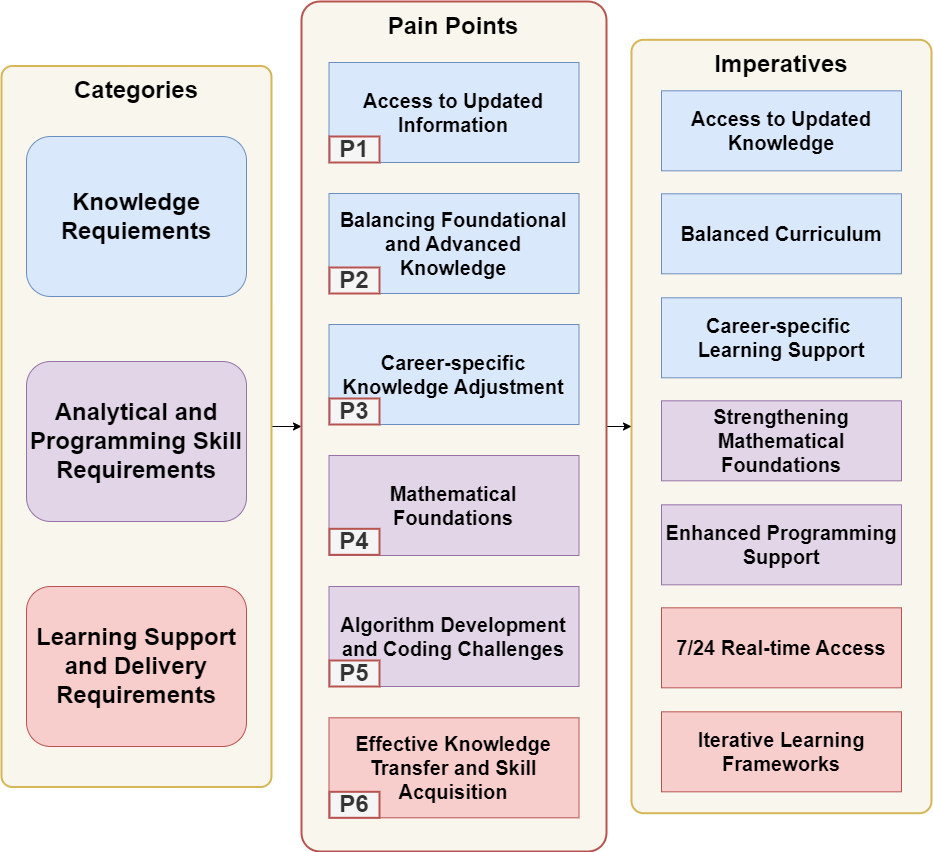
Earlier version of the draw.io export pic/PainPoint.png (tisage/CyberMentor). Source tidied: cells renumbered, new cells last; positions are measured from the earlier drawing's top-left corner, leaving out a move shared by most shapes. The source it was exported from:
```xml
<mxGraphModel>
  <root>
    <mxCell id="0" />
    <mxCell id="1" parent="0" />
    <mxCell id="2" style="rounded=1;whiteSpace=wrap;html=1;fontSize=18;fillColor=#F9F7ED;strokeColor=#d6b656;strokeWidth=2;arcSize=4;" parent="1" vertex="1">
      <mxGeometry x="630" y="38.3" width="300" height="773.4" as="geometry" />
    </mxCell>
    <mxCell id="3" style="edgeStyle=orthogonalEdgeStyle;rounded=0;jettySize=auto;html=1;exitX=1;exitY=0.5;exitDx=0;exitDy=0;entryX=0;entryY=0.5;entryDx=0;entryDy=0;strokeWidth=1;" parent="1" edge="1" source="4" target="7">
      <mxGeometry relative="1" as="geometry" />
    </mxCell>
    <mxCell id="4" style="rounded=1;whiteSpace=wrap;html=1;fontSize=18;strokeWidth=2;fillColor=#F9F7ED;strokeColor=#d6b656;arcSize=4;" parent="1" vertex="1">
      <mxGeometry y="64.5" width="270" height="721" as="geometry" />
    </mxCell>
    <mxCell id="5" value="Categories" style="text;html=1;align=center;verticalAlign=middle;whiteSpace=wrap;rounded=0;fontStyle=1;fontSize=24;strokeWidth=1;" parent="1" vertex="1">
      <mxGeometry x="35" y="73.8" width="200" height="30" as="geometry" />
    </mxCell>
    <mxCell id="6" style="edgeStyle=orthogonalEdgeStyle;rounded=0;jettySize=auto;html=1;exitX=1;exitY=0.5;exitDx=0;exitDy=0;entryX=0;entryY=0.5;entryDx=0;entryDy=0;strokeWidth=1;" parent="1" edge="1" source="7" target="2">
      <mxGeometry relative="1" as="geometry" />
    </mxCell>
    <mxCell id="7" style="rounded=1;whiteSpace=wrap;html=1;fontSize=18;fillColor=#F9F7ED;strokeColor=#b85450;strokeWidth=2;arcSize=6;" parent="1" vertex="1">
      <mxGeometry x="300" width="305" height="850" as="geometry" />
    </mxCell>
    <mxCell id="8" value="Pain Points" style="text;html=1;align=center;verticalAlign=middle;whiteSpace=wrap;rounded=0;fontStyle=1;fontSize=24;strokeWidth=1;" parent="1" vertex="1">
      <mxGeometry x="352.5" y="10" width="200" height="30" as="geometry" />
    </mxCell>
    <mxCell id="9" value="Imperatives" style="text;html=1;align=center;verticalAlign=middle;whiteSpace=wrap;rounded=0;fontStyle=1;fontSize=24;strokeWidth=1;" parent="1" vertex="1">
      <mxGeometry x="680" y="48.3" width="200" height="30" as="geometry" />
    </mxCell>
    <mxCell id="10" value="&lt;font style=&quot;font-size: 24px;&quot;&gt;Knowledge Requiements&lt;/font&gt;" style="rounded=1;whiteSpace=wrap;html=1;textShadow=0;shadow=0;fontStyle=1;fontSize=24;strokeWidth=1;fillColor=#dae8fc;strokeColor=#6c8ebf;" parent="1" vertex="1">
      <mxGeometry x="25" y="135" width="220" height="160" as="geometry" />
    </mxCell>
    <mxCell id="11" value="&lt;font style=&quot;font-size: 24px;&quot;&gt;Analytical and Programming Skill Requirements&lt;/font&gt;" style="rounded=1;whiteSpace=wrap;html=1;textShadow=0;shadow=0;fontStyle=1;fontSize=24;strokeWidth=1;fillColor=#e1d5e7;strokeColor=#9673a6;" parent="1" vertex="1">
      <mxGeometry x="25" y="360" width="220" height="160" as="geometry" />
    </mxCell>
    <mxCell id="12" value="Access to Updated Information" style="rounded=0;whiteSpace=wrap;html=1;textShadow=0;shadow=0;fontSize=20;fontStyle=1;strokeWidth=1;fillColor=#dae8fc;strokeColor=#6c8ebf;" parent="1" vertex="1">
      <mxGeometry x="327.5" y="61" width="250" height="100" as="geometry" />
    </mxCell>
    <mxCell id="13" value="Balancing Foundational and Advanced Knowledge&lt;div style=&quot;font-size: 20px;&quot;&gt;&lt;/div&gt;" style="rounded=0;whiteSpace=wrap;html=1;textShadow=0;shadow=0;fontSize=20;fontStyle=1;strokeWidth=1;fillColor=#dae8fc;strokeColor=#6c8ebf;" parent="1" vertex="1">
      <mxGeometry x="327.5" y="192" width="250" height="100" as="geometry" />
    </mxCell>
    <mxCell id="14" value="Balanced Curriculum" style="whiteSpace=wrap;html=1;textShadow=0;shadow=0;fontSize=20;strokeWidth=1;fontStyle=1;fillColor=#dae8fc;strokeColor=#6c8ebf;" parent="1" vertex="1">
      <mxGeometry x="660" y="192.3" width="240" height="80" as="geometry" />
    </mxCell>
    <mxCell id="15" value="Career-specific Knowledge Adjustment" style="rounded=0;whiteSpace=wrap;html=1;textShadow=0;shadow=0;fontSize=20;fontStyle=1;strokeWidth=1;fillColor=#dae8fc;strokeColor=#6c8ebf;" parent="1" vertex="1">
      <mxGeometry x="327.5" y="323" width="250" height="100" as="geometry" />
    </mxCell>
    <mxCell id="16" value="Algorithm Development and Coding Challenges" style="rounded=0;whiteSpace=wrap;html=1;textShadow=0;shadow=0;fontSize=20;fontStyle=1;strokeWidth=1;fillColor=#e1d5e7;strokeColor=#9673a6;" parent="1" vertex="1">
      <mxGeometry x="327.5" y="585" width="250" height="100" as="geometry" />
    </mxCell>
    <mxCell id="17" value="Strengthening Mathematical Foundations" style="fontStyle=1;whiteSpace=wrap;html=1;textShadow=0;shadow=0;fontSize=20;strokeWidth=1;fillColor=#e1d5e7;strokeColor=#9673a6;" parent="1" vertex="1">
      <mxGeometry x="660" y="399.3" width="240" height="80" as="geometry" />
    </mxCell>
    <mxCell id="18" value="Enhanced Programming Support" style="whiteSpace=wrap;html=1;textShadow=0;shadow=0;fontSize=20;strokeWidth=1;fontStyle=1;fillColor=#e1d5e7;strokeColor=#9673a6;" parent="1" vertex="1">
      <mxGeometry x="660" y="503.3" width="240" height="80" as="geometry" />
    </mxCell>
    <mxCell id="19" value="Mathematical Foundations" style="rounded=0;whiteSpace=wrap;html=1;textShadow=0;shadow=0;fontSize=20;fontStyle=1;strokeWidth=1;fillColor=#e1d5e7;strokeColor=#9673a6;" parent="1" vertex="1">
      <mxGeometry x="327.5" y="454" width="250" height="100" as="geometry" />
    </mxCell>
    <mxCell id="20" value="Career-specific&amp;nbsp;&lt;div&gt;Learning Support&lt;/div&gt;" style="whiteSpace=wrap;html=1;textShadow=0;shadow=0;fontSize=20;strokeWidth=1;fontStyle=1;fillColor=#dae8fc;strokeColor=#6c8ebf;" parent="1" vertex="1">
      <mxGeometry x="660" y="296.3" width="240" height="80" as="geometry" />
    </mxCell>
    <mxCell id="21" value="&lt;font style=&quot;font-size: 24px;&quot;&gt;P2&lt;/font&gt;" style="text;html=1;align=center;verticalAlign=middle;whiteSpace=wrap;rounded=0;fontStyle=1;fontSize=24;fillColor=#f5f5f5;fontColor=#333333;strokeColor=#B85450;strokeWidth=2;" parent="1" vertex="1">
      <mxGeometry x="328" y="266" width="50" height="26" as="geometry" />
    </mxCell>
    <mxCell id="22" value="&lt;font style=&quot;font-size: 24px;&quot;&gt;P3&lt;/font&gt;" style="text;html=1;align=center;verticalAlign=middle;whiteSpace=wrap;rounded=0;fontStyle=1;fontSize=24;fillColor=#f5f5f5;fontColor=#333333;strokeColor=#B85450;strokeWidth=2;" parent="1" vertex="1">
      <mxGeometry x="328" y="397" width="50" height="26" as="geometry" />
    </mxCell>
    <mxCell id="23" value="&lt;font style=&quot;font-size: 24px;&quot;&gt;P4&lt;/font&gt;" style="text;html=1;align=center;verticalAlign=middle;whiteSpace=wrap;rounded=0;fontStyle=1;fontSize=24;fillColor=#f5f5f5;fontColor=#333333;strokeColor=#B85450;strokeWidth=2;" parent="1" vertex="1">
      <mxGeometry x="328" y="527.3" width="50" height="26" as="geometry" />
    </mxCell>
    <mxCell id="24" value="&lt;font style=&quot;font-size: 24px;&quot;&gt;P5&lt;/font&gt;" style="text;html=1;align=center;verticalAlign=middle;whiteSpace=wrap;rounded=0;fontStyle=1;fontSize=24;fillColor=#f5f5f5;fontColor=#333333;strokeColor=#B85450;strokeWidth=2;" parent="1" vertex="1">
      <mxGeometry x="328" y="659" width="50" height="26" as="geometry" />
    </mxCell>
    <mxCell id="25" value="Effective Knowledge Transfer and Skill Acquisition" style="rounded=0;whiteSpace=wrap;html=1;textShadow=0;shadow=0;fontSize=20;fontStyle=1;strokeWidth=1;fillColor=#f8cecc;strokeColor=#b85450;" parent="1" vertex="1">
      <mxGeometry x="327.5" y="716.3" width="250" height="100" as="geometry" />
    </mxCell>
    <mxCell id="26" value="7/24 Real-time Access" style="whiteSpace=wrap;html=1;textShadow=0;shadow=0;fontSize=20;strokeWidth=1;fontStyle=1;fillColor=#f8cecc;strokeColor=#b85450;" parent="1" vertex="1">
      <mxGeometry x="660" y="606.3" width="240" height="80" as="geometry" />
    </mxCell>
    <mxCell id="27" value="Iterative Learning Frameworks" style="whiteSpace=wrap;html=1;textShadow=0;shadow=0;fontSize=20;strokeWidth=1;fontStyle=1;fillColor=#f8cecc;strokeColor=#b85450;" parent="1" vertex="1">
      <mxGeometry x="660" y="710.3" width="240" height="80" as="geometry" />
    </mxCell>
    <mxCell id="28" value="&lt;font style=&quot;font-size: 24px;&quot;&gt;P1&lt;/font&gt;" style="text;html=1;align=center;verticalAlign=middle;whiteSpace=wrap;rounded=0;fontStyle=1;fontSize=24;fillColor=#f5f5f5;fontColor=#333333;strokeColor=#B85450;strokeWidth=2;" parent="1" vertex="1">
      <mxGeometry x="328" y="135" width="50" height="26" as="geometry" />
    </mxCell>
    <mxCell id="29" value="&lt;font style=&quot;font-size: 24px;&quot;&gt;Learning Support and Delivery Requirements&lt;/font&gt;" style="rounded=1;whiteSpace=wrap;html=1;textShadow=0;shadow=0;fontStyle=1;fontSize=24;strokeWidth=1;fillColor=#f8cecc;strokeColor=#b85450;" parent="1" vertex="1">
      <mxGeometry x="25" y="585" width="220" height="160" as="geometry" />
    </mxCell>
    <mxCell id="30" value="Access to Updated Knowledge" style="whiteSpace=wrap;html=1;textShadow=0;shadow=0;fontSize=20;strokeWidth=1;fontStyle=1;fillColor=#dae8fc;strokeColor=#6c8ebf;" parent="1" vertex="1">
      <mxGeometry x="660" y="89.3" width="240" height="80" as="geometry" />
    </mxCell>
    <mxCell id="31" value="&lt;font style=&quot;font-size: 24px;&quot;&gt;P6&lt;/font&gt;" style="text;html=1;align=center;verticalAlign=middle;whiteSpace=wrap;rounded=0;fontStyle=1;fontSize=24;fillColor=#f5f5f5;fontColor=#333333;strokeColor=#B85450;strokeWidth=2;" parent="1" vertex="1">
      <mxGeometry x="328" y="790.3" width="50" height="26" as="geometry" />
    </mxCell>
  </root>
</mxGraphModel>
```
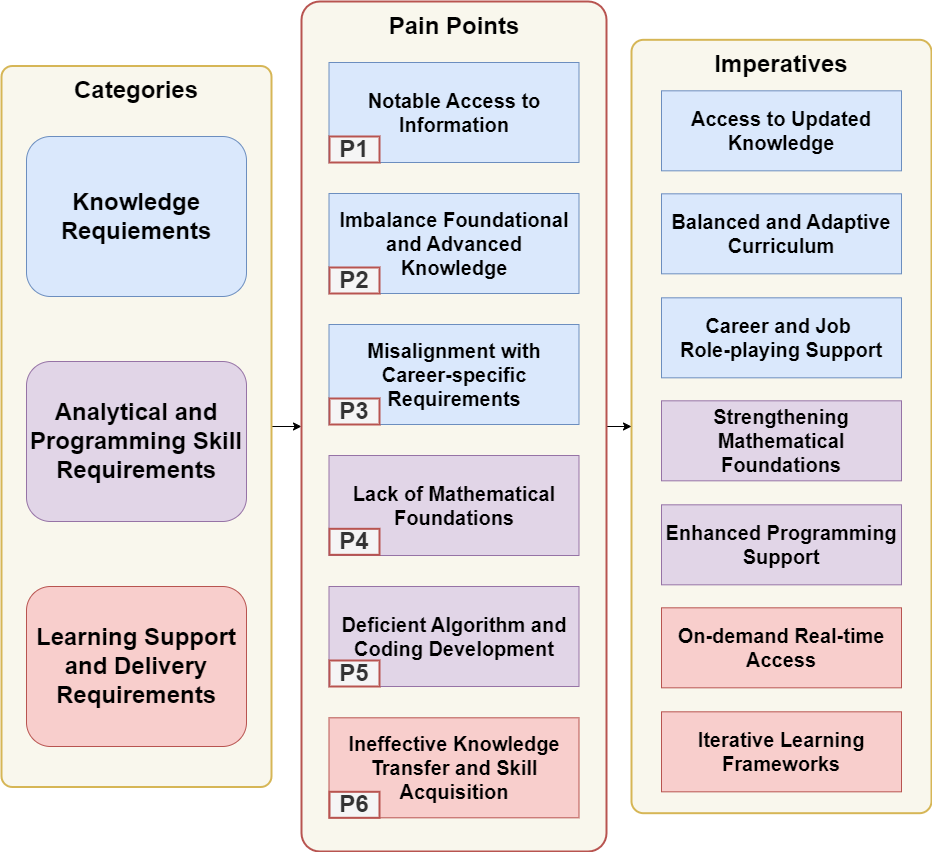
The same diagram one commit later.

The edit, as a diff of the source:
```diff
@@ -32,19 +32,19 @@
     <mxCell id="11" value="&lt;font style=&quot;font-size: 24px;&quot;&gt;Analytical and Programming Skill Requirements&lt;/font&gt;" style="rounded=1;whiteSpace=wrap;html=1;textShadow=0;shadow=0;fontStyle=1;fontSize=24;strokeWidth=1;fillColor=#e1d5e7;strokeColor=#9673a6;" parent="1" vertex="1">
       <mxGeometry x="25" y="360" width="220" height="160" as="geometry" />
     </mxCell>
-    <mxCell id="12" value="Access to Updated Information" style="rounded=0;whiteSpace=wrap;html=1;textShadow=0;shadow=0;fontSize=20;fontStyle=1;strokeWidth=1;fillColor=#dae8fc;strokeColor=#6c8ebf;" parent="1" vertex="1">
+    <mxCell id="12" value="Notable Access to Information" style="rounded=0;whiteSpace=wrap;html=1;textShadow=0;shadow=0;fontSize=20;fontStyle=1;strokeWidth=1;fillColor=#dae8fc;strokeColor=#6c8ebf;align=center;" parent="1" vertex="1">
       <mxGeometry x="327.5" y="61" width="250" height="100" as="geometry" />
     </mxCell>
-    <mxCell id="13" value="Balancing Foundational and Advanced Knowledge&lt;div style=&quot;font-size: 20px;&quot;&gt;&lt;/div&gt;" style="rounded=0;whiteSpace=wrap;html=1;textShadow=0;shadow=0;fontSize=20;fontStyle=1;strokeWidth=1;fillColor=#dae8fc;strokeColor=#6c8ebf;" parent="1" vertex="1">
+    <mxCell id="13" value="Imbalance Foundational and Advanced Knowledge&lt;div style=&quot;font-size: 20px;&quot;&gt;&lt;/div&gt;" style="rounded=0;whiteSpace=wrap;html=1;textShadow=0;shadow=0;fontSize=20;fontStyle=1;strokeWidth=1;fillColor=#dae8fc;strokeColor=#6c8ebf;align=center;" parent="1" vertex="1">
       <mxGeometry x="327.5" y="192" width="250" height="100" as="geometry" />
     </mxCell>
-    <mxCell id="14" value="Balanced Curriculum" style="whiteSpace=wrap;html=1;textShadow=0;shadow=0;fontSize=20;strokeWidth=1;fontStyle=1;fillColor=#dae8fc;strokeColor=#6c8ebf;" parent="1" vertex="1">
+    <mxCell id="14" value="Balanced and Adaptive Curriculum" style="whiteSpace=wrap;html=1;textShadow=0;shadow=0;fontSize=20;strokeWidth=1;fontStyle=1;fillColor=#dae8fc;strokeColor=#6c8ebf;" parent="1" vertex="1">
       <mxGeometry x="660" y="192.3" width="240" height="80" as="geometry" />
     </mxCell>
-    <mxCell id="15" value="Career-specific Knowledge Adjustment" style="rounded=0;whiteSpace=wrap;html=1;textShadow=0;shadow=0;fontSize=20;fontStyle=1;strokeWidth=1;fillColor=#dae8fc;strokeColor=#6c8ebf;" parent="1" vertex="1">
+    <mxCell id="15" value="Misalignment with Career-specific Requirements" style="rounded=0;whiteSpace=wrap;html=1;textShadow=0;shadow=0;fontSize=20;fontStyle=1;strokeWidth=1;fillColor=#dae8fc;strokeColor=#6c8ebf;align=center;" parent="1" vertex="1">
       <mxGeometry x="327.5" y="323" width="250" height="100" as="geometry" />
     </mxCell>
-    <mxCell id="16" value="Algorithm Development and Coding Challenges" style="rounded=0;whiteSpace=wrap;html=1;textShadow=0;shadow=0;fontSize=20;fontStyle=1;strokeWidth=1;fillColor=#e1d5e7;strokeColor=#9673a6;" parent="1" vertex="1">
+    <mxCell id="16" value="Deficient Algorithm and Coding Development" style="rounded=0;whiteSpace=wrap;html=1;textShadow=0;shadow=0;fontSize=20;fontStyle=1;strokeWidth=1;fillColor=#e1d5e7;strokeColor=#9673a6;align=center;" parent="1" vertex="1">
       <mxGeometry x="327.5" y="585" width="250" height="100" as="geometry" />
     </mxCell>
     <mxCell id="17" value="Strengthening Mathematical Foundations" style="fontStyle=1;whiteSpace=wrap;html=1;textShadow=0;shadow=0;fontSize=20;strokeWidth=1;fillColor=#e1d5e7;strokeColor=#9673a6;" parent="1" vertex="1">
@@ -53,10 +53,10 @@
     <mxCell id="18" value="Enhanced Programming Support" style="whiteSpace=wrap;html=1;textShadow=0;shadow=0;fontSize=20;strokeWidth=1;fontStyle=1;fillColor=#e1d5e7;strokeColor=#9673a6;" parent="1" vertex="1">
       <mxGeometry x="660" y="503.3" width="240" height="80" as="geometry" />
     </mxCell>
-    <mxCell id="19" value="Mathematical Foundations" style="rounded=0;whiteSpace=wrap;html=1;textShadow=0;shadow=0;fontSize=20;fontStyle=1;strokeWidth=1;fillColor=#e1d5e7;strokeColor=#9673a6;" parent="1" vertex="1">
+    <mxCell id="19" value="Lack of Mathematical Foundations" style="rounded=0;whiteSpace=wrap;html=1;textShadow=0;shadow=0;fontSize=20;fontStyle=1;strokeWidth=1;fillColor=#e1d5e7;strokeColor=#9673a6;align=center;" parent="1" vertex="1">
       <mxGeometry x="327.5" y="454" width="250" height="100" as="geometry" />
     </mxCell>
-    <mxCell id="20" value="Career-specific&amp;nbsp;&lt;div&gt;Learning Support&lt;/div&gt;" style="whiteSpace=wrap;html=1;textShadow=0;shadow=0;fontSize=20;strokeWidth=1;fontStyle=1;fillColor=#dae8fc;strokeColor=#6c8ebf;" parent="1" vertex="1">
+    <mxCell id="20" value="Career&amp;nbsp;&lt;span style=&quot;background-color: initial;&quot;&gt;and&amp;nbsp;&lt;/span&gt;&lt;span style=&quot;background-color: initial;&quot;&gt;Job&lt;/span&gt;&lt;span style=&quot;background-color: initial;&quot;&gt;&amp;nbsp;&lt;/span&gt;&lt;div&gt;&lt;span style=&quot;background-color: initial;&quot;&gt;Role-playing&amp;nbsp;&lt;/span&gt;&lt;span style=&quot;background-color: initial;&quot;&gt;Support&lt;/span&gt;&lt;/div&gt;" style="whiteSpace=wrap;html=1;textShadow=0;shadow=0;fontSize=20;strokeWidth=1;fontStyle=1;fillColor=#dae8fc;strokeColor=#6c8ebf;" parent="1" vertex="1">
       <mxGeometry x="660" y="296.3" width="240" height="80" as="geometry" />
     </mxCell>
     <mxCell id="21" value="&lt;font style=&quot;font-size: 24px;&quot;&gt;P2&lt;/font&gt;" style="text;html=1;align=center;verticalAlign=middle;whiteSpace=wrap;rounded=0;fontStyle=1;fontSize=24;fillColor=#f5f5f5;fontColor=#333333;strokeColor=#B85450;strokeWidth=2;" parent="1" vertex="1">
@@ -71,10 +71,10 @@
     <mxCell id="24" value="&lt;font style=&quot;font-size: 24px;&quot;&gt;P5&lt;/font&gt;" style="text;html=1;align=center;verticalAlign=middle;whiteSpace=wrap;rounded=0;fontStyle=1;fontSize=24;fillColor=#f5f5f5;fontColor=#333333;strokeColor=#B85450;strokeWidth=2;" parent="1" vertex="1">
       <mxGeometry x="328" y="659" width="50" height="26" as="geometry" />
     </mxCell>
-    <mxCell id="25" value="Effective Knowledge Transfer and Skill Acquisition" style="rounded=0;whiteSpace=wrap;html=1;textShadow=0;shadow=0;fontSize=20;fontStyle=1;strokeWidth=1;fillColor=#f8cecc;strokeColor=#b85450;" parent="1" vertex="1">
+    <mxCell id="25" value="Ineffective Knowledge Transfer and Skill Acquisition" style="rounded=0;whiteSpace=wrap;html=1;textShadow=0;shadow=0;fontSize=20;fontStyle=1;strokeWidth=1;fillColor=#f8cecc;strokeColor=#b85450;" parent="1" vertex="1">
       <mxGeometry x="327.5" y="716.3" width="250" height="100" as="geometry" />
     </mxCell>
-    <mxCell id="26" value="7/24 Real-time Access" style="whiteSpace=wrap;html=1;textShadow=0;shadow=0;fontSize=20;strokeWidth=1;fontStyle=1;fillColor=#f8cecc;strokeColor=#b85450;" parent="1" vertex="1">
+    <mxCell id="26" value="On-demand Real-time Access" style="whiteSpace=wrap;html=1;textShadow=0;shadow=0;fontSize=20;strokeWidth=1;fontStyle=1;fillColor=#f8cecc;strokeColor=#b85450;" parent="1" vertex="1">
       <mxGeometry x="660" y="606.3" width="240" height="80" as="geometry" />
     </mxCell>
     <mxCell id="27" value="Iterative Learning Frameworks" style="whiteSpace=wrap;html=1;textShadow=0;shadow=0;fontSize=20;strokeWidth=1;fontStyle=1;fillColor=#f8cecc;strokeColor=#b85450;" parent="1" vertex="1">
```
